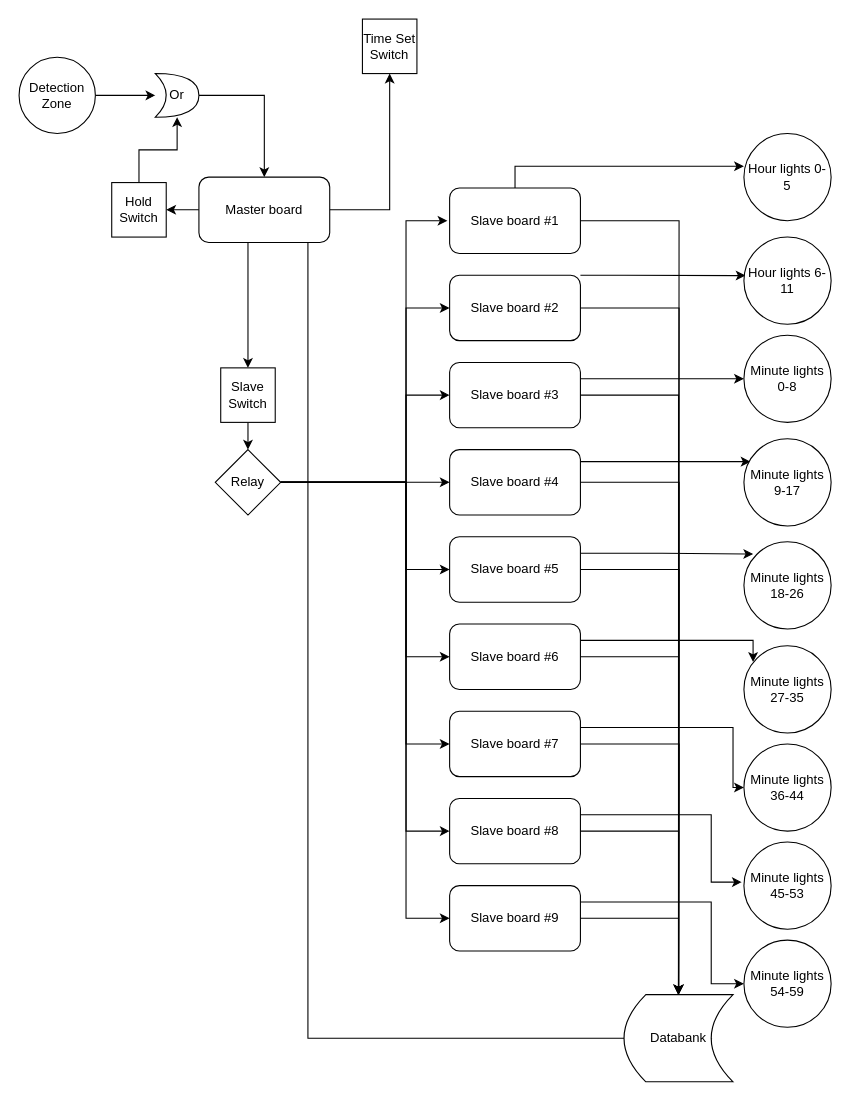
Above: Links.drawio in PerMalmberg/du-clock (draw.io), before the change. Source tidied: cells renumbered, new cells numbered last; positions are measured from the earlier drawing's top-left corner, leaving out a move shared by most shapes. Both pictures are drawn from the tidied source at 109%, with x=0, y=0 at pixel (19, 19).
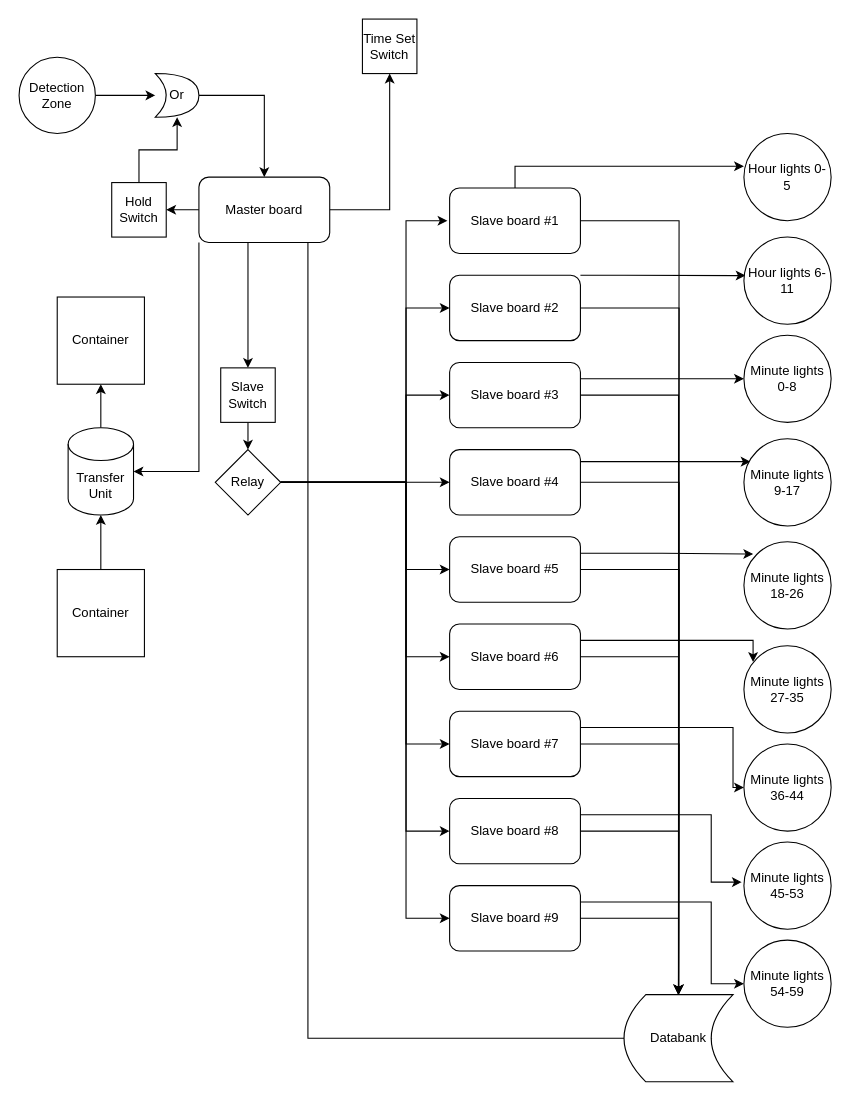
Above is the later version.

The change refers to these unchanged cells:
```xml
<mxCell id="6" value="Master board" style="rounded=1;whiteSpace=wrap;html=1;" parent="1" vertex="1">
  <mxGeometry x="165" y="145" width="120" height="60" as="geometry" />
</mxCell>
```

Diff of the diagram source:
```diff
@@
+    <mxCell id="63" style="edgeStyle=orthogonalEdgeStyle;rounded=0;jettySize=auto;html=1;entryX=1;entryY=0.5;entryDx=0;entryDy=0;entryPerimeter=0;" parent="1" edge="1" source="6" target="65">
+      <mxGeometry relative="1" as="geometry">
+        <Array as="points">
+          <mxPoint x="165" y="415" />
+        </Array>
+      </mxGeometry>
+    </mxCell>
@@
+    <mxCell id="64" style="edgeStyle=orthogonalEdgeStyle;rounded=0;jettySize=auto;html=1;entryX=0.5;entryY=1;entryDx=0;entryDy=0;" parent="1" edge="1" source="65" target="68">
+      <mxGeometry relative="1" as="geometry" />
+    </mxCell>
+    <mxCell id="65" value="Transfer Unit" style="shape=cylinder3;whiteSpace=wrap;html=1;boundedLbl=1;backgroundOutline=1;size=15;strokeColor=#000000;" parent="1" vertex="1">
+      <mxGeometry x="45" y="375" width="60" height="80" as="geometry" />
+    </mxCell>
+    <mxCell id="66" style="edgeStyle=orthogonalEdgeStyle;rounded=0;jettySize=auto;html=1;" parent="1" edge="1" source="67" target="65">
+      <mxGeometry relative="1" as="geometry" />
+    </mxCell>
+    <mxCell id="67" value="Container" style="whiteSpace=wrap;html=1;strokeColor=#000000;" parent="1" vertex="1">
+      <mxGeometry x="35" y="505" width="80" height="80" as="geometry" />
+    </mxCell>
+    <mxCell id="68" value="Container" style="whiteSpace=wrap;html=1;strokeColor=#000000;" parent="1" vertex="1">
+      <mxGeometry x="35" y="255" width="80" height="80" as="geometry" />
+    </mxCell>
```
